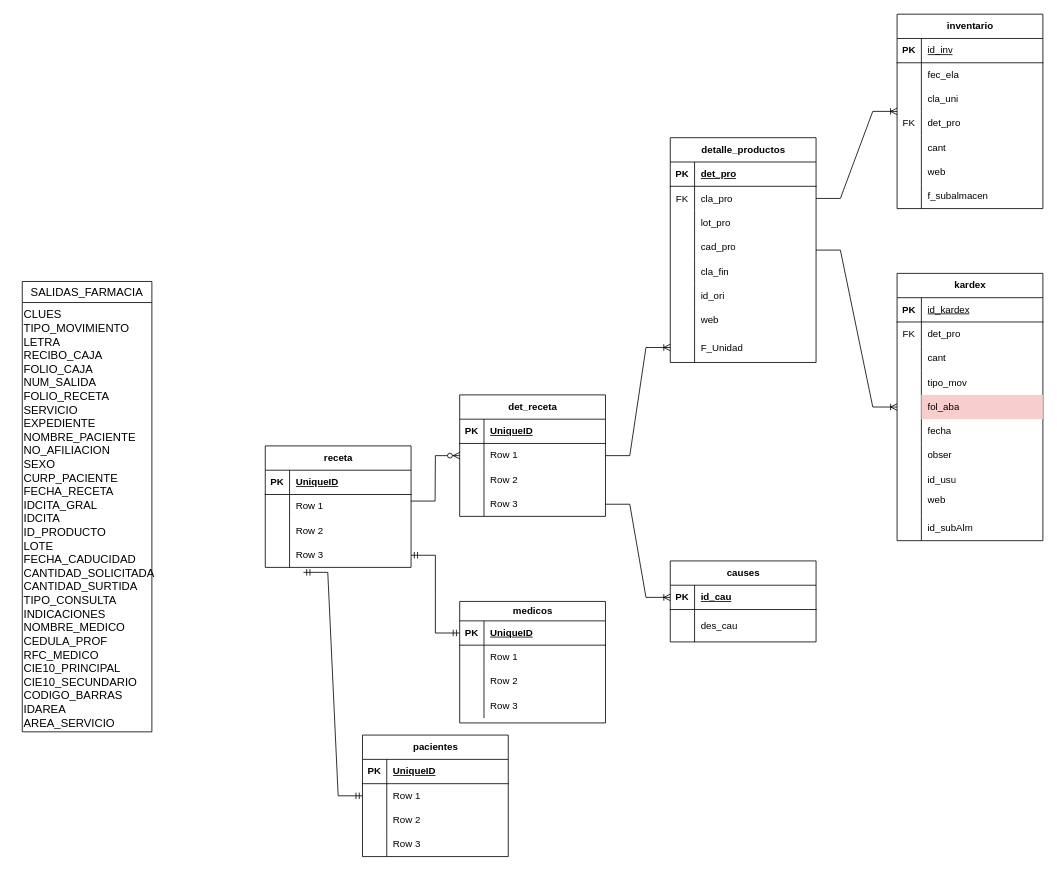
Earlier version of the draw.io diagram SalidasFarmacia.drawio (ErnestoDanielTafoyaMolinaCYM/clases-cat-cym). Source tidied: cells renumbered, new cells numbered last; positions are measured from the earlier drawing's top-left corner, leaving out a move shared by most shapes. Both pictures are drawn from the tidied source at 81%, with x=0, y=0 at pixel (22, 14).
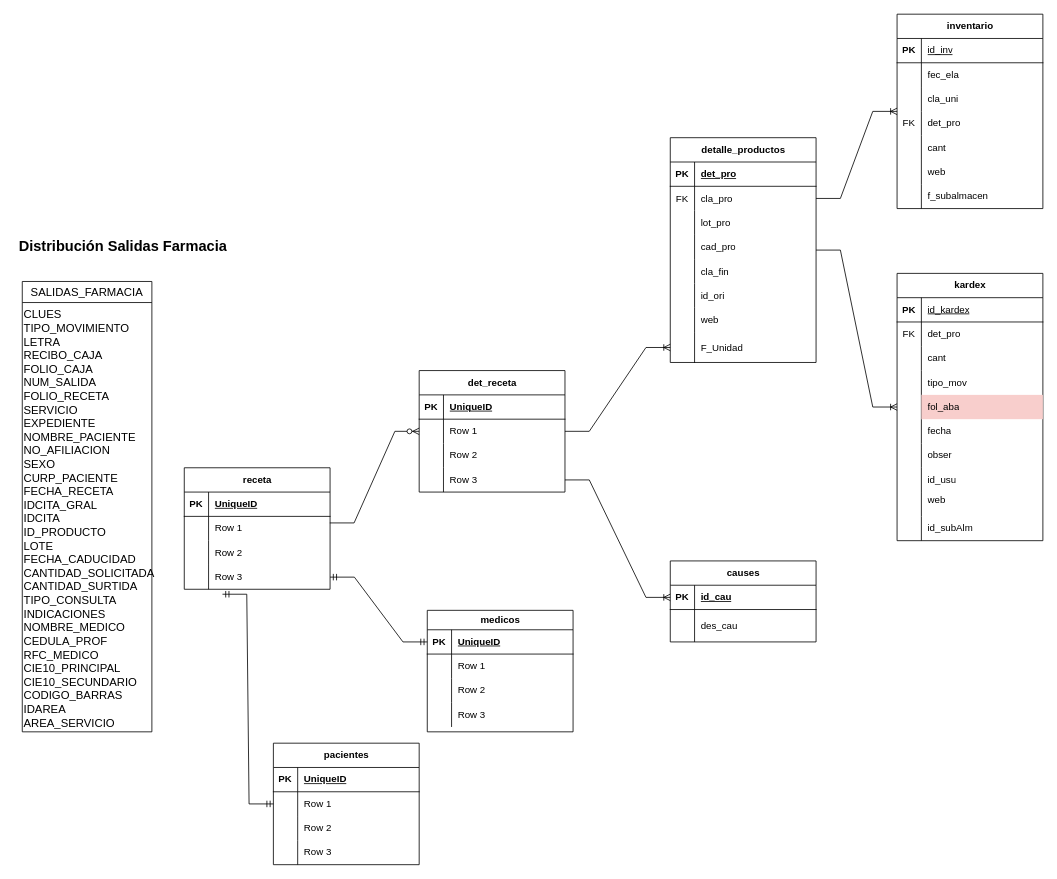
The same diagram, later.

The edit, as a diff of the source:
```diff
@@
     <mxCell id="92" value="receta" style="shape=table;startSize=30;childLayout=tableLayout;rowLines=0;fontStyle=1;align=center;html=1;" parent="1" vertex="1">
-      <mxGeometry x="300" y="533" width="180" height="150" as="geometry" />
+      <mxGeometry x="200" y="560" width="180" height="150" as="geometry" />
     </mxCell>
@@
     <mxCell id="105" value="medicos" style="shape=table;startSize=24;childLayout=tableLayout;rowLines=0;fontStyle=1;align=center;html=1;" parent="1" vertex="1">
-      <mxGeometry x="540" y="725" width="180" height="150" as="geometry" />
+      <mxGeometry x="500" y="736" width="180" height="150" as="geometry" />
     </mxCell>
@@
     <mxCell id="118" value="pacientes" style="shape=table;startSize=30;childLayout=tableLayout;rowLines=0;fontStyle=1;align=center;html=1;" parent="1" vertex="1">
-      <mxGeometry x="420" y="890" width="180" height="150" as="geometry" />
+      <mxGeometry x="310" y="900" width="180" height="150" as="geometry" />
     </mxCell>
@@
     <mxCell id="135" value="det_receta" style="shape=table;startSize=30;childLayout=tableLayout;rowLines=0;fontStyle=1;align=center;html=1;" parent="1" vertex="1">
-      <mxGeometry x="540" y="470" width="180" height="150" as="geometry" />
+      <mxGeometry x="490" y="440" width="180" height="150" as="geometry" />
     </mxCell>
@@
+    <mxCell id="149" value="&lt;font style=&quot;font-size: 18px;&quot;&gt;&lt;b&gt;Distribución Salidas Farmacia&lt;/b&gt;&lt;/font&gt;" style="text;strokeColor=none;fillColor=none;spacingLeft=4;spacingRight=4;overflow=hidden;fontSize=12;whiteSpace=wrap;html=1;" parent="1" vertex="1">
+      <mxGeometry x="-10" y="270" width="300" height="50" as="geometry" />
+    </mxCell>
```
